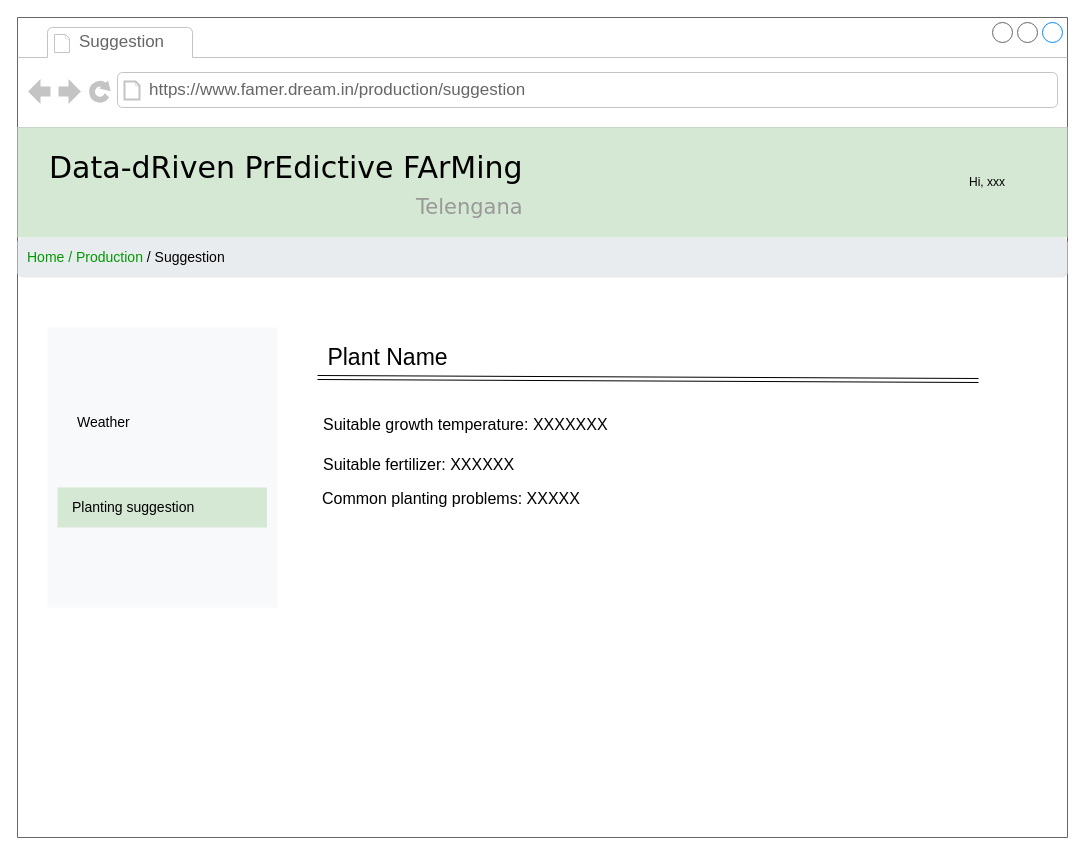
Above: page "fm-suggestion" (20 of 25) of RASD/diagrams/User Interface.drawio in ictar/DREAM-SE2-Project-2022 (draw.io), before the change. Source tidied: cells renumbered, new cells numbered last; positions are measured from the earlier drawing's top-left corner, leaving out a move shared by most shapes. Both pictures are drawn from the tidied source at 100%, with x=0, y=0 at pixel (17, 17).
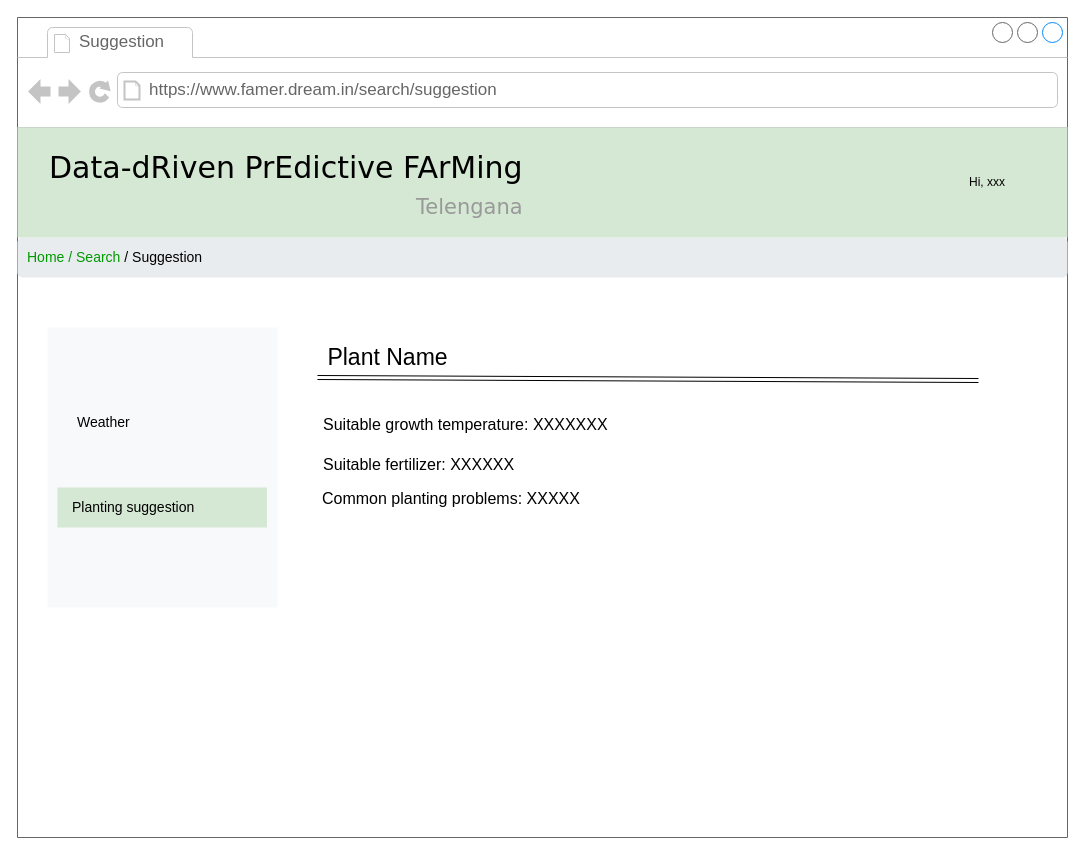
Above is the later version.

Unchanged cells that the change refers to:
```xml
<mxCell id="2" style="strokeWidth=1;shadow=0;dashed=0;align=center;html=1;shape=mxgraph.mockup.containers.browserWindow;rSize=0;strokeColor=none;mainText=,;rounded=0;labelBackgroundColor=none;fontFamily=Verdana;fontSize=12;" parent="1" vertex="1">
  <mxGeometry width="1050" height="820" as="geometry" />
</mxCell>
```

What changed in the source:
```diff
@@
-    <mxCell id="4" value="https://www.famer.dream.in/production/suggestion" style="strokeWidth=1;shadow=0;dashed=0;align=center;html=1;shape=mxgraph.mockup.containers.anchor;rSize=0;fontSize=17;fontColor=#666666;align=left;" parent="2" vertex="1">
+    <mxCell id="4" value="https://www.famer.dream.in/search/suggestion" style="strokeWidth=1;shadow=0;dashed=0;align=center;html=1;shape=mxgraph.mockup.containers.anchor;rSize=0;fontSize=17;fontColor=#666666;align=left;" parent="2" vertex="1">
       <mxGeometry x="130" y="60" width="250" height="26" as="geometry" />
     </mxCell>
@@
-    <mxCell id="8" value="&lt;font color=&quot;#009900&quot;&gt;Home / Production &lt;/font&gt;&lt;font color=&quot;#000000&quot;&gt;/ Suggestion&lt;/font&gt;" style="html=1;shadow=0;dashed=0;shape=mxgraph.bootstrap.rrect;rSize=5;strokeColor=none;strokeWidth=1;fillColor=#E9ECEF;fontColor=#6C757D;whiteSpace=wrap;align=left;verticalAlign=middle;spacingLeft=0;fontStyle=0;fontSize=14;spacing=10;" parent="2" vertex="1">
+    <mxCell id="8" value="&lt;font color=&quot;#009900&quot;&gt;Home / Search&amp;nbsp;&lt;/font&gt;&lt;font color=&quot;#000000&quot;&gt;/ Suggestion&lt;/font&gt;" style="html=1;shadow=0;dashed=0;shape=mxgraph.bootstrap.rrect;rSize=5;strokeColor=none;strokeWidth=1;fillColor=#E9ECEF;fontColor=#6C757D;whiteSpace=wrap;align=left;verticalAlign=middle;spacingLeft=0;fontStyle=0;fontSize=14;spacing=10;" parent="2" vertex="1">
       <mxGeometry y="220" width="1050" height="40" as="geometry" />
     </mxCell>
```
